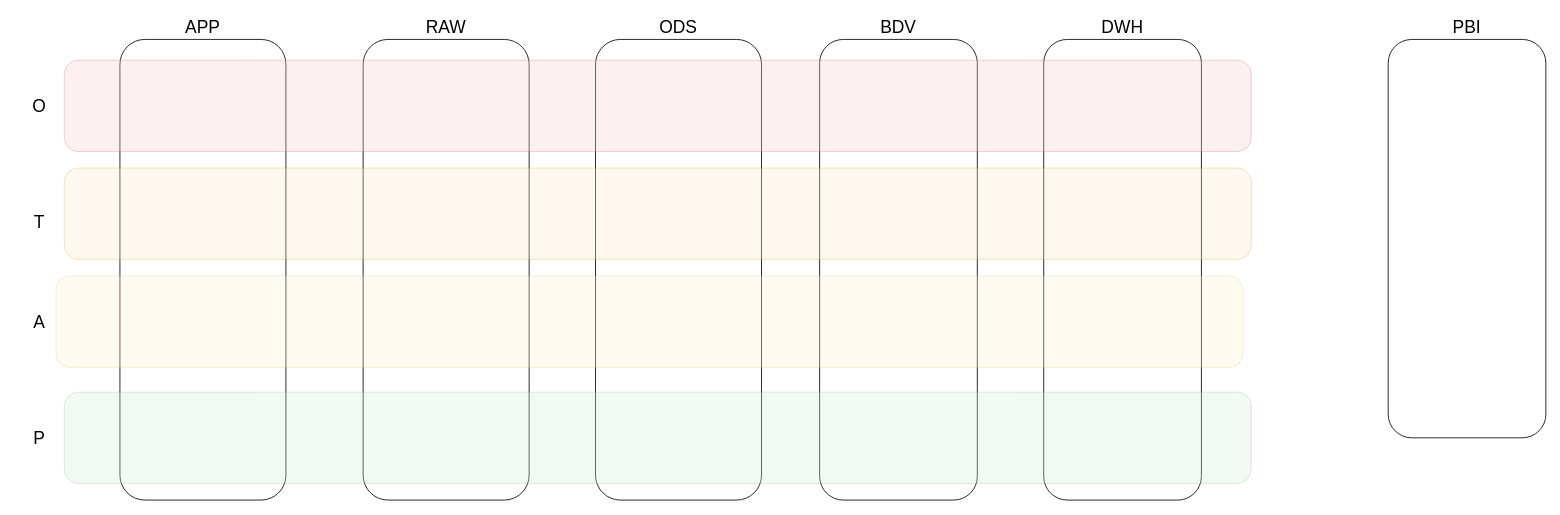
Before: page "Pagina-1" (1 of 3) of engineering/fluvius dataflow.drawio in thbraet/thbraet.github.io, a draw.io diagram. Source tidied: cells renumbered, new cells numbered last; positions are measured from the earlier drawing's top-left corner, leaving out a move shared by most shapes. Both pictures are drawn from the tidied source at 83%, with x=0, y=0 at pixel (14, 14).
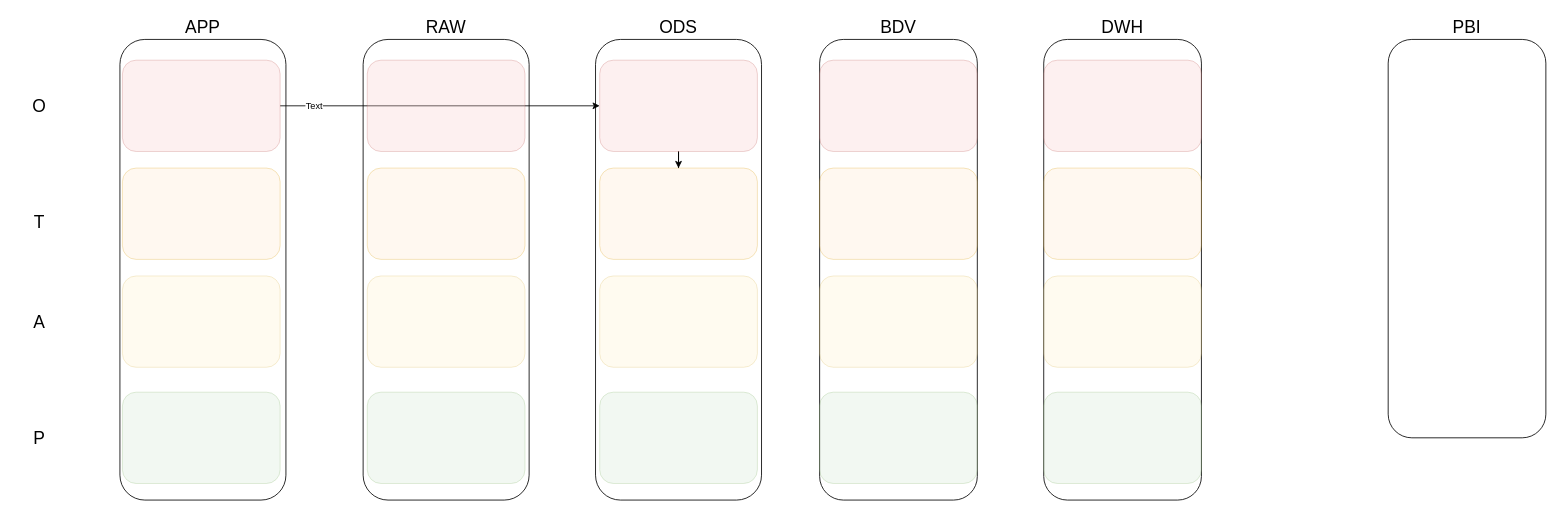
After the change.

What changed in the source:
```diff
@@
+    <mxCell id="22" style="edgeStyle=orthogonalEdgeStyle;rounded=0;jettySize=auto;html=1;" parent="1" edge="1" source="14" target="26">
+      <mxGeometry relative="1" as="geometry" />
+    </mxCell>
+    <mxCell id="23" value="Text" style="edgeLabel;html=1;align=center;verticalAlign=middle;" parent="22" vertex="1">
+      <mxGeometry x="-0.79" y="1" relative="1" as="geometry" />
+    </mxCell>
     <mxCell id="14" style="rounded=1;whiteSpace=wrap;html=1;opacity=30;fillColor=#f8cecc;strokeColor=#b85450;" parent="1" vertex="1">
-      <mxGeometry x="60" y="55" width="1430" height="110" as="geometry" />
+      <mxGeometry x="130" y="55" width="190" height="110" as="geometry" />
     </mxCell>
     <mxCell id="15" style="rounded=1;whiteSpace=wrap;html=1;opacity=30;fillColor=#ffe6cc;strokeColor=#d79b00;" parent="1" vertex="1">
-      <mxGeometry x="60" y="185" width="1430" height="110" as="geometry" />
+      <mxGeometry x="130" y="185" width="190" height="110" as="geometry" />
     </mxCell>
     <mxCell id="16" style="rounded=1;whiteSpace=wrap;html=1;opacity=30;fillColor=#fff2cc;strokeColor=#d6b656;" parent="1" vertex="1">
-      <mxGeometry x="50" y="315" width="1430" height="110" as="geometry" />
+      <mxGeometry x="130" y="315" width="190" height="110" as="geometry" />
     </mxCell>
     <mxCell id="17" style="rounded=1;whiteSpace=wrap;html=1;opacity=30;fillColor=#d5e8d4;strokeColor=#82b366;" parent="1" vertex="1">
-      <mxGeometry x="60" y="455" width="1430" height="110" as="geometry" />
+      <mxGeometry x="130" y="455" width="190" height="110" as="geometry" />
     </mxCell>
@@
+    <mxCell id="24" style="rounded=1;whiteSpace=wrap;html=1;opacity=30;fillColor=#f8cecc;strokeColor=#b85450;" parent="1" vertex="1">
+      <mxGeometry x="425" y="55" width="190" height="110" as="geometry" />
+    </mxCell>
+    <mxCell id="25" style="edgeStyle=orthogonalEdgeStyle;rounded=0;jettySize=auto;html=1;" parent="1" edge="1" source="26" target="30">
+      <mxGeometry relative="1" as="geometry" />
+    </mxCell>
+    <mxCell id="26" style="rounded=1;whiteSpace=wrap;html=1;opacity=30;fillColor=#f8cecc;strokeColor=#b85450;" parent="1" vertex="1">
+      <mxGeometry x="705" y="55" width="190" height="110" as="geometry" />
+    </mxCell>
+    <mxCell id="27" style="rounded=1;whiteSpace=wrap;html=1;opacity=30;fillColor=#f8cecc;strokeColor=#b85450;" parent="1" vertex="1">
+      <mxGeometry x="970" y="55" width="190" height="110" as="geometry" />
+    </mxCell>
+    <mxCell id="28" style="rounded=1;whiteSpace=wrap;html=1;opacity=30;fillColor=#f8cecc;strokeColor=#b85450;" parent="1" vertex="1">
+      <mxGeometry x="1240" y="55" width="190" height="110" as="geometry" />
+    </mxCell>
+    <mxCell id="29" style="rounded=1;whiteSpace=wrap;html=1;opacity=30;fillColor=#ffe6cc;strokeColor=#d79b00;" parent="1" vertex="1">
+      <mxGeometry x="425" y="185" width="190" height="110" as="geometry" />
+    </mxCell>
+    <mxCell id="30" style="rounded=1;whiteSpace=wrap;html=1;opacity=30;fillColor=#ffe6cc;strokeColor=#d79b00;" parent="1" vertex="1">
+      <mxGeometry x="705" y="185" width="190" height="110" as="geometry" />
+    </mxCell>
+    <mxCell id="31" style="rounded=1;whiteSpace=wrap;html=1;opacity=30;fillColor=#ffe6cc;strokeColor=#d79b00;" parent="1" vertex="1">
+      <mxGeometry x="970" y="185" width="190" height="110" as="geometry" />
+    </mxCell>
+    <mxCell id="32" style="rounded=1;whiteSpace=wrap;html=1;opacity=30;fillColor=#ffe6cc;strokeColor=#d79b00;" parent="1" vertex="1">
+      <mxGeometry x="1240" y="185" width="190" height="110" as="geometry" />
+    </mxCell>
+    <mxCell id="33" style="rounded=1;whiteSpace=wrap;html=1;opacity=30;fillColor=#fff2cc;strokeColor=#d6b656;" parent="1" vertex="1">
+      <mxGeometry x="425" y="315" width="190" height="110" as="geometry" />
+    </mxCell>
+    <mxCell id="34" style="rounded=1;whiteSpace=wrap;html=1;opacity=30;fillColor=#fff2cc;strokeColor=#d6b656;" parent="1" vertex="1">
+      <mxGeometry x="705" y="315" width="190" height="110" as="geometry" />
+    </mxCell>
+    <mxCell id="35" style="rounded=1;whiteSpace=wrap;html=1;opacity=30;fillColor=#fff2cc;strokeColor=#d6b656;" parent="1" vertex="1">
+      <mxGeometry x="970" y="315" width="190" height="110" as="geometry" />
+    </mxCell>
+    <mxCell id="36" style="rounded=1;whiteSpace=wrap;html=1;opacity=30;fillColor=#fff2cc;strokeColor=#d6b656;" parent="1" vertex="1">
+      <mxGeometry x="1240" y="315" width="190" height="110" as="geometry" />
+    </mxCell>
+    <mxCell id="37" style="rounded=1;whiteSpace=wrap;html=1;opacity=30;fillColor=#d5e8d4;strokeColor=#82b366;" parent="1" vertex="1">
+      <mxGeometry x="425" y="455" width="190" height="110" as="geometry" />
+    </mxCell>
+    <mxCell id="38" style="rounded=1;whiteSpace=wrap;html=1;opacity=30;fillColor=#d5e8d4;strokeColor=#82b366;" parent="1" vertex="1">
+      <mxGeometry x="705" y="455" width="190" height="110" as="geometry" />
+    </mxCell>
+    <mxCell id="39" style="rounded=1;whiteSpace=wrap;html=1;opacity=30;fillColor=#d5e8d4;strokeColor=#82b366;" parent="1" vertex="1">
+      <mxGeometry x="970" y="455" width="190" height="110" as="geometry" />
+    </mxCell>
+    <mxCell id="40" style="rounded=1;whiteSpace=wrap;html=1;opacity=30;fillColor=#d5e8d4;strokeColor=#82b366;" parent="1" vertex="1">
+      <mxGeometry x="1240" y="455" width="190" height="110" as="geometry" />
+    </mxCell>
```
